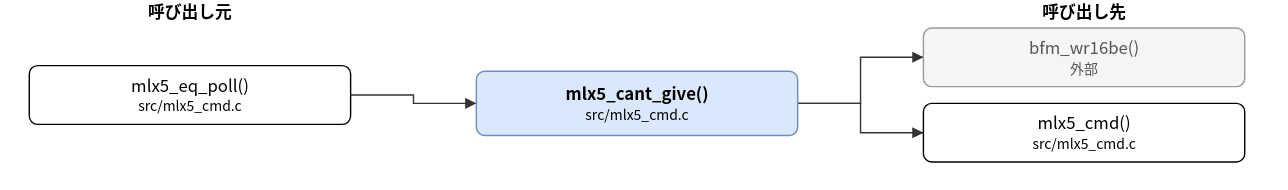
Before: doc/spec/images/call_src_mlx5_cmd-mlx5_cant_give.drawio.svg, a diagram exported from draw.io (hf355051012-ai/bfmem). Source tidied: cells renumbered, new cells last; positions are measured from the earlier drawing's top-left corner, leaving out a move shared by most shapes.
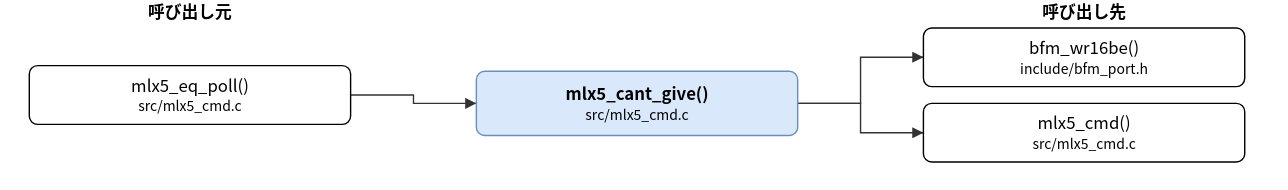
After the commit.

Diff of the diagram source:
```diff
@@ -8,7 +8,7 @@
     <mxCell id="3" value="mlx5_eq_poll()&lt;br&gt;&lt;font style=&quot;font-size:10px&quot;&gt;src/mlx5_cmd.c&lt;/font&gt;" style="rounded=1;whiteSpace=wrap;html=1;" parent="1" vertex="1">
       <mxGeometry y="47" width="230" height="42" as="geometry" />
     </mxCell>
-    <mxCell id="4" value="bfm_wr16be()&lt;br&gt;&lt;font style=&quot;font-size:10px&quot;&gt;外部&lt;/font&gt;" style="rounded=1;whiteSpace=wrap;html=1;fillColor=#f5f5f5;strokeColor=#999999;fontColor=#555555;" parent="1" vertex="1">
+    <mxCell id="4" value="bfm_wr16be()&lt;br&gt;&lt;font style=&quot;font-size:10px&quot;&gt;include/bfm_port.h&lt;/font&gt;" style="rounded=1;whiteSpace=wrap;html=1;" parent="1" vertex="1">
       <mxGeometry x="640" y="20" width="230" height="42" as="geometry" />
     </mxCell>
     <mxCell id="5" value="mlx5_cmd()&lt;br&gt;&lt;font style=&quot;font-size:10px&quot;&gt;src/mlx5_cmd.c&lt;/font&gt;" style="rounded=1;whiteSpace=wrap;html=1;" parent="1" vertex="1">
```
